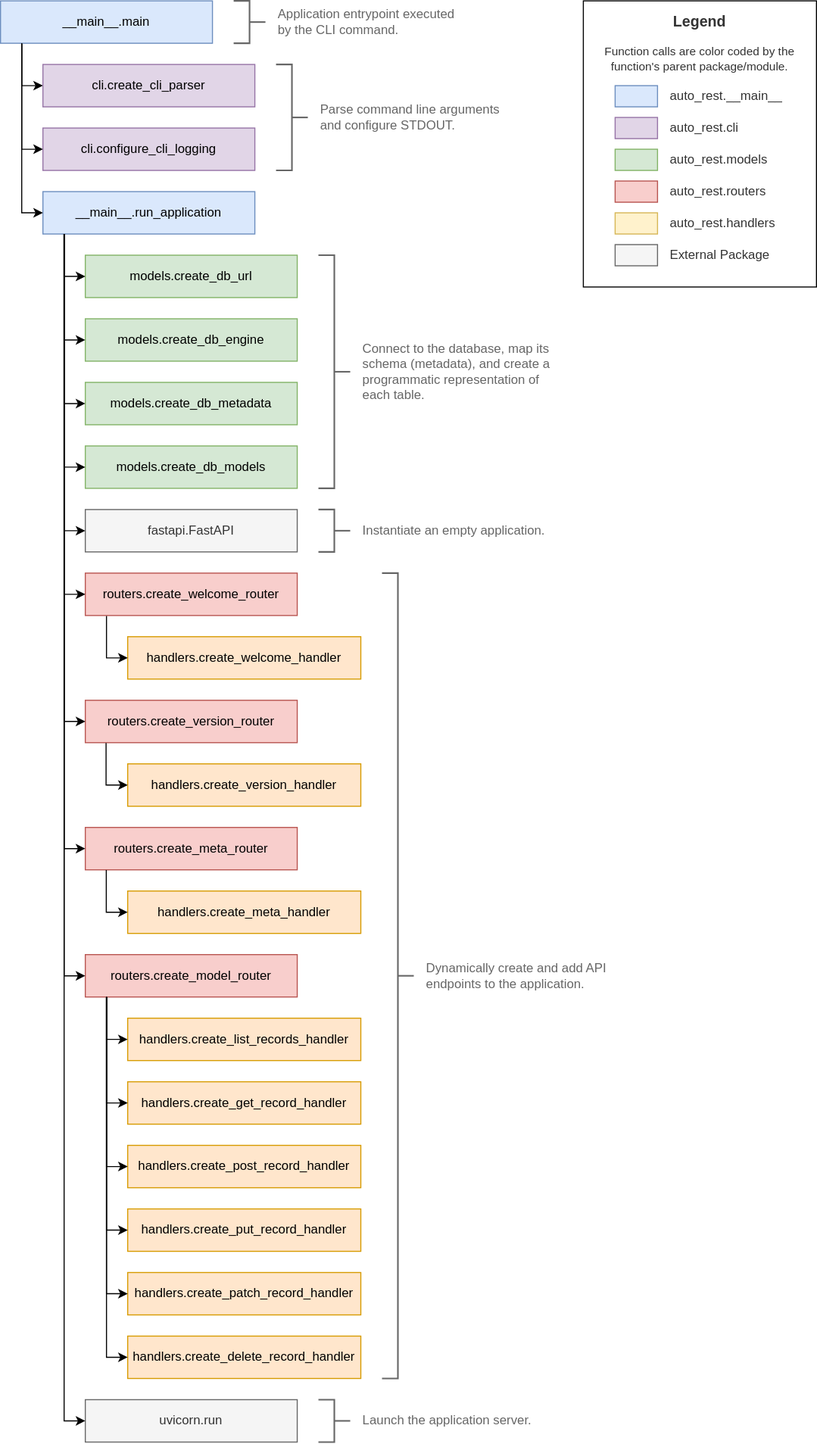
Better-HPC/auto-rest keeps this draw.io diagram as docs/static/architecture.svg. Above is the earlier version. Source tidied: cells renumbered, new cells last; positions are measured from the earlier drawing's top-left corner, leaving out a move shared by most shapes.
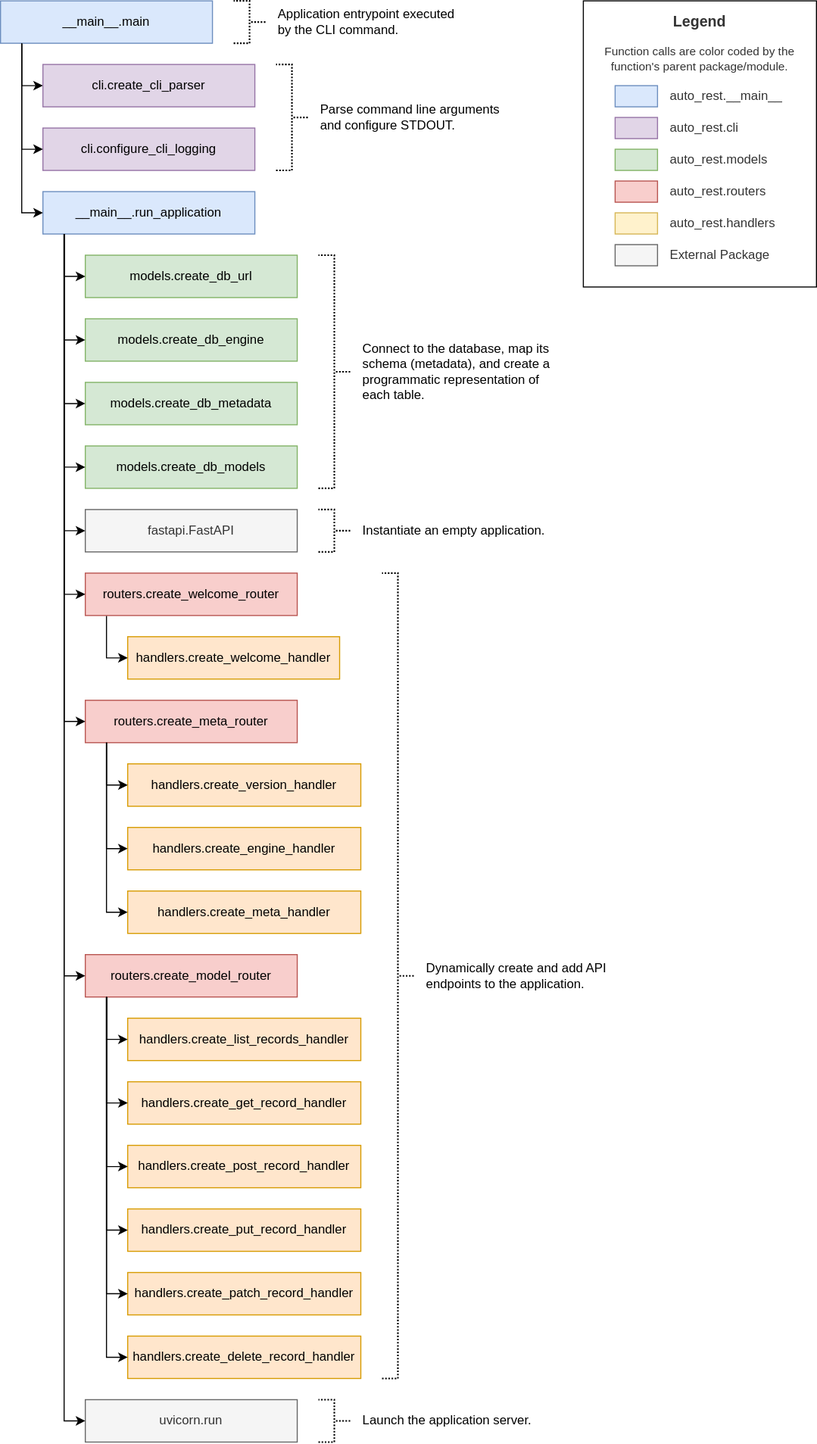
The same file after the commit.

What changed in the source:
```diff
@@ -60,23 +60,23 @@
     <mxCell id="17" value="uvicorn.run" style="whiteSpace=wrap;html=1;rounded=0;fillColor=#f5f5f5;strokeColor=#666666;fontColor=#333333;" parent="1" vertex="1">
       <mxGeometry x="80" y="1320" width="200" height="40" as="geometry" />
     </mxCell>
-    <mxCell id="18" style="strokeWidth=1.5;html=1;shape=mxgraph.flowchart.annotation_2;align=left;labelPosition=right;rotation=-180;strokeColor=#666666;fontColor=#333333;" parent="1" vertex="1">
+    <mxCell id="18" style="strokeWidth=1.5;html=1;shape=mxgraph.flowchart.annotation_2;align=left;labelPosition=right;rotation=-180;strokeColor=#000000;fontColor=#333333;dashed=1;dashPattern=1 1;" parent="1" vertex="1">
       <mxGeometry x="300" y="240" width="30" height="220" as="geometry" />
     </mxCell>
-    <mxCell id="19" value="Connect to the database, map its schema (metadata), and create a programmatic representation of each table." style="text;html=1;align=left;verticalAlign=middle;whiteSpace=wrap;rounded=0;fontColor=#666666;" parent="1" vertex="1">
+    <mxCell id="19" value="Connect to the database, map its schema (metadata), and create a programmatic representation of each table." style="text;html=1;align=left;verticalAlign=middle;whiteSpace=wrap;rounded=0;fontColor=#000000;" parent="1" vertex="1">
       <mxGeometry x="340" y="310" width="180" height="80" as="geometry" />
     </mxCell>
-    <mxCell id="20" style="strokeWidth=1.5;html=1;shape=mxgraph.flowchart.annotation_2;align=left;labelPosition=right;rotation=-180;strokeColor=#666666;fontColor=#333333;" parent="1" vertex="1">
+    <mxCell id="20" style="strokeWidth=1.5;html=1;shape=mxgraph.flowchart.annotation_2;align=left;labelPosition=right;rotation=-180;strokeColor=#000000;fontColor=#333333;dashed=1;dashPattern=1 1;" parent="1" vertex="1">
       <mxGeometry x="260" y="60" width="30" height="100" as="geometry" />
     </mxCell>
-    <mxCell id="21" value="Parse command line arguments and configure STDOUT." style="text;html=1;align=left;verticalAlign=middle;whiteSpace=wrap;rounded=0;fontColor=#666666;" parent="1" vertex="1">
+    <mxCell id="21" value="Parse command line arguments and configure STDOUT." style="text;html=1;align=left;verticalAlign=middle;whiteSpace=wrap;rounded=0;fontColor=#000000;" parent="1" vertex="1">
       <mxGeometry x="300" y="80" width="180" height="60" as="geometry" />
     </mxCell>
     <mxCell id="22" value="routers.create_welcome_router" style="whiteSpace=wrap;html=1;rounded=0;fillColor=#f8cecc;strokeColor=#b85450;" parent="1" vertex="1">
       <mxGeometry x="80" y="540" width="200" height="40" as="geometry" />
     </mxCell>
     <mxCell id="23" value="handlers.create_welcome_handler" style="whiteSpace=wrap;html=1;rounded=0;fillColor=#ffe6cc;strokeColor=#d79b00;" parent="1" vertex="1">
-      <mxGeometry x="120" y="600" width="220" height="40" as="geometry" />
+      <mxGeometry x="120" y="600" width="200" height="40" as="geometry" />
     </mxCell>
     <mxCell id="24" value="handlers.create_version_handler" style="whiteSpace=wrap;html=1;rounded=0;fillColor=#ffe6cc;strokeColor=#d79b00;" parent="1" vertex="1">
       <mxGeometry x="120" y="720" width="220" height="40" as="geometry" />
@@ -116,37 +116,37 @@
     <mxCell id="34" style="edgeStyle=orthogonalEdgeStyle;rounded=0;jettySize=auto;html=1;entryX=0;entryY=0.5;entryDx=0;entryDy=0;exitX=0.1;exitY=1.011;exitDx=0;exitDy=0;exitPerimeter=0;" parent="1" edge="1" source="22" target="23">
       <mxGeometry relative="1" as="geometry" />
     </mxCell>
-    <mxCell id="35" style="strokeWidth=1.5;html=1;shape=mxgraph.flowchart.annotation_2;align=left;labelPosition=right;rotation=-180;strokeColor=#666666;fontColor=#333333;" parent="1" vertex="1">
+    <mxCell id="35" style="strokeWidth=1.5;html=1;shape=mxgraph.flowchart.annotation_2;align=left;labelPosition=right;rotation=-180;strokeColor=#000000;fontColor=#333333;dashed=1;dashPattern=1 1;" parent="1" vertex="1">
       <mxGeometry x="220" width="30" height="40" as="geometry" />
     </mxCell>
-    <mxCell id="36" value="Application entrypoint executed by the CLI command." style="text;html=1;align=left;verticalAlign=middle;whiteSpace=wrap;rounded=0;fontColor=#666666;" parent="1" vertex="1">
+    <mxCell id="36" value="Application entrypoint executed by the CLI command." style="text;html=1;align=left;verticalAlign=middle;whiteSpace=wrap;rounded=0;fontColor=#000000;" parent="1" vertex="1">
       <mxGeometry x="260" width="180" height="40" as="geometry" />
     </mxCell>
     <mxCell id="37" value="routers.create_model_router" style="whiteSpace=wrap;html=1;rounded=0;fillColor=#f8cecc;strokeColor=#b85450;" parent="1" vertex="1">
       <mxGeometry x="80" y="900" width="200" height="40" as="geometry" />
     </mxCell>
-    <mxCell id="38" value="routers.create_version_router" style="whiteSpace=wrap;html=1;rounded=0;fillColor=#f8cecc;strokeColor=#b85450;" parent="1" vertex="1">
+    <mxCell id="38" value="routers.create_meta_router" style="whiteSpace=wrap;html=1;rounded=0;fillColor=#f8cecc;strokeColor=#b85450;" parent="1" vertex="1">
       <mxGeometry x="80" y="660" width="200" height="40" as="geometry" />
     </mxCell>
-    <mxCell id="39" value="routers.create_meta_router" style="whiteSpace=wrap;html=1;rounded=0;fillColor=#f8cecc;strokeColor=#b85450;" parent="1" vertex="1">
-      <mxGeometry x="80" y="780" width="200" height="40" as="geometry" />
+    <mxCell id="39" value="handlers.create_engine_handler" style="whiteSpace=wrap;html=1;rounded=0;fillColor=#ffe6cc;strokeColor=#d79b00;" parent="1" vertex="1">
+      <mxGeometry x="120" y="780" width="220" height="40" as="geometry" />
     </mxCell>
-    <mxCell id="40" style="strokeWidth=1.5;html=1;shape=mxgraph.flowchart.annotation_2;align=left;labelPosition=right;rotation=-180;strokeColor=#666666;fontColor=#333333;" parent="1" vertex="1">
+    <mxCell id="40" style="strokeWidth=1.5;html=1;shape=mxgraph.flowchart.annotation_2;align=left;labelPosition=right;rotation=-180;strokeColor=#000000;fontColor=#333333;dashed=1;dashPattern=1 1;" parent="1" vertex="1">
       <mxGeometry x="300" y="480" width="30" height="40" as="geometry" />
     </mxCell>
-    <mxCell id="41" value="Instantiate an empty application." style="text;html=1;align=left;verticalAlign=middle;whiteSpace=wrap;rounded=0;fontColor=#666666;" parent="1" vertex="1">
+    <mxCell id="41" value="Instantiate an empty application." style="text;html=1;align=left;verticalAlign=middle;whiteSpace=wrap;rounded=0;fontColor=#000000;" parent="1" vertex="1">
       <mxGeometry x="340" y="480" width="180" height="40" as="geometry" />
     </mxCell>
-    <mxCell id="42" style="strokeWidth=1.5;html=1;shape=mxgraph.flowchart.annotation_2;align=left;labelPosition=right;rotation=-180;strokeColor=#666666;fontColor=#333333;" parent="1" vertex="1">
+    <mxCell id="42" style="strokeWidth=1.5;html=1;shape=mxgraph.flowchart.annotation_2;align=left;labelPosition=right;rotation=-180;strokeColor=light-dark(#000000, #ededed);fontColor=#000000;dashed=1;dashPattern=1 1;" parent="1" vertex="1">
       <mxGeometry x="360" y="540" width="30" height="760" as="geometry" />
     </mxCell>
-    <mxCell id="43" value="Dynamically create and add API endpoints to the application." style="text;html=1;align=left;verticalAlign=middle;whiteSpace=wrap;rounded=0;fontColor=#666666;" parent="1" vertex="1">
+    <mxCell id="43" value="Dynamically create and add API endpoints to the application." style="text;html=1;align=left;verticalAlign=middle;whiteSpace=wrap;rounded=0;fontColor=#000000;" parent="1" vertex="1">
       <mxGeometry x="400" y="890" width="180" height="60" as="geometry" />
     </mxCell>
-    <mxCell id="44" style="strokeWidth=1.5;html=1;shape=mxgraph.flowchart.annotation_2;align=left;labelPosition=right;rotation=-180;strokeColor=#666666;fontColor=#333333;" parent="1" vertex="1">
+    <mxCell id="44" style="strokeWidth=1.5;html=1;shape=mxgraph.flowchart.annotation_2;align=left;labelPosition=right;rotation=-180;strokeColor=#000000;fontColor=#333333;dashed=1;dashPattern=1 1;" parent="1" vertex="1">
       <mxGeometry x="300" y="1320" width="30" height="40" as="geometry" />
     </mxCell>
-    <mxCell id="45" value="Launch the application server." style="text;html=1;align=left;verticalAlign=middle;whiteSpace=wrap;rounded=0;fontColor=#666666;" parent="1" vertex="1">
+    <mxCell id="45" value="Launch the application server." style="text;html=1;align=left;verticalAlign=middle;whiteSpace=wrap;rounded=0;fontColor=#000000;" parent="1" vertex="1">
       <mxGeometry x="340" y="1320" width="180" height="40" as="geometry" />
     </mxCell>
     <mxCell id="46" style="rounded=0;whiteSpace=wrap;html=1;" parent="1" vertex="1">
@@ -191,12 +191,6 @@
     <mxCell id="59" value="&lt;div align=&quot;center&quot;&gt;&lt;b&gt;Legend&lt;/b&gt;&lt;/div&gt;" style="text;html=1;align=center;verticalAlign=middle;whiteSpace=wrap;rounded=0;fontColor=#333333;fontSize=14;" parent="1" vertex="1">
       <mxGeometry x="600" y="10" width="120" height="20" as="geometry" />
     </mxCell>
-    <mxCell id="60" style="edgeStyle=orthogonalEdgeStyle;rounded=0;jettySize=auto;html=1;entryX=0;entryY=0.5;entryDx=0;entryDy=0;exitX=0.098;exitY=1.006;exitDx=0;exitDy=0;exitPerimeter=0;" parent="1" edge="1" source="38" target="24">
-      <mxGeometry relative="1" as="geometry" />
-    </mxCell>
-    <mxCell id="61" style="edgeStyle=orthogonalEdgeStyle;rounded=0;jettySize=auto;html=1;entryX=0;entryY=0.5;entryDx=0;entryDy=0;exitX=0.099;exitY=1.006;exitDx=0;exitDy=0;exitPerimeter=0;" parent="1" edge="1" source="39" target="25">
-      <mxGeometry relative="1" as="geometry" />
-    </mxCell>
     <mxCell id="62" style="edgeStyle=orthogonalEdgeStyle;rounded=0;jettySize=auto;html=1;entryX=0;entryY=0.5;entryDx=0;entryDy=0;exitX=0.1;exitY=1.003;exitDx=0;exitDy=0;exitPerimeter=0;" parent="1" edge="1" source="37" target="27">
       <mxGeometry relative="1" as="geometry" />
     </mxCell>
@@ -256,14 +250,6 @@
         </Array>
       </mxGeometry>
     </mxCell>
-    <mxCell id="70" style="edgeStyle=orthogonalEdgeStyle;rounded=0;jettySize=auto;html=1;entryX=0;entryY=0.5;entryDx=0;entryDy=0;" parent="1" edge="1" target="39">
-      <mxGeometry relative="1" as="geometry">
-        <mxPoint x="60" y="220" as="sourcePoint" />
-        <Array as="points">
-          <mxPoint x="60" y="800" />
-        </Array>
-      </mxGeometry>
-    </mxCell>
     <mxCell id="71" style="edgeStyle=orthogonalEdgeStyle;rounded=0;jettySize=auto;html=1;entryX=0;entryY=0.5;entryDx=0;entryDy=0;" parent="1" edge="1" target="37">
       <mxGeometry relative="1" as="geometry">
         <mxPoint x="60" y="220" as="sourcePoint" />
@@ -284,5 +270,29 @@
     <mxCell id="73" value="&lt;div align=&quot;center&quot;&gt;&lt;font&gt;Function calls are color coded by the function's parent package/module.&lt;/font&gt;&lt;/div&gt;" style="text;html=1;align=center;verticalAlign=middle;whiteSpace=wrap;rounded=0;fontColor=#333333;fontSize=11;" parent="1" vertex="1">
       <mxGeometry x="560" y="40" width="200" height="30" as="geometry" />
     </mxCell>
+    <mxCell id="74" style="edgeStyle=orthogonalEdgeStyle;rounded=0;jettySize=auto;html=1;entryX=0;entryY=0.5;entryDx=0;entryDy=0;" parent="1" edge="1" target="25">
+      <mxGeometry relative="1" as="geometry">
+        <mxPoint x="100" y="700" as="sourcePoint" />
+        <Array as="points">
+          <mxPoint x="100" y="860" />
+        </Array>
+      </mxGeometry>
+    </mxCell>
+    <mxCell id="75" style="edgeStyle=orthogonalEdgeStyle;rounded=0;jettySize=auto;html=1;entryX=0;entryY=0.5;entryDx=0;entryDy=0;" parent="1" edge="1" target="39">
+      <mxGeometry relative="1" as="geometry">
+        <mxPoint x="100" y="700" as="sourcePoint" />
+        <Array as="points">
+          <mxPoint x="100" y="800" />
+        </Array>
+      </mxGeometry>
+    </mxCell>
+    <mxCell id="76" style="edgeStyle=orthogonalEdgeStyle;rounded=0;jettySize=auto;html=1;entryX=0;entryY=0.5;entryDx=0;entryDy=0;" parent="1" edge="1" target="24">
+      <mxGeometry relative="1" as="geometry">
+        <mxPoint x="100" y="700" as="sourcePoint" />
+        <Array as="points">
+          <mxPoint x="100" y="740" />
+        </Array>
+      </mxGeometry>
+    </mxCell>
   </root>
 </mxGraphModel>
```
